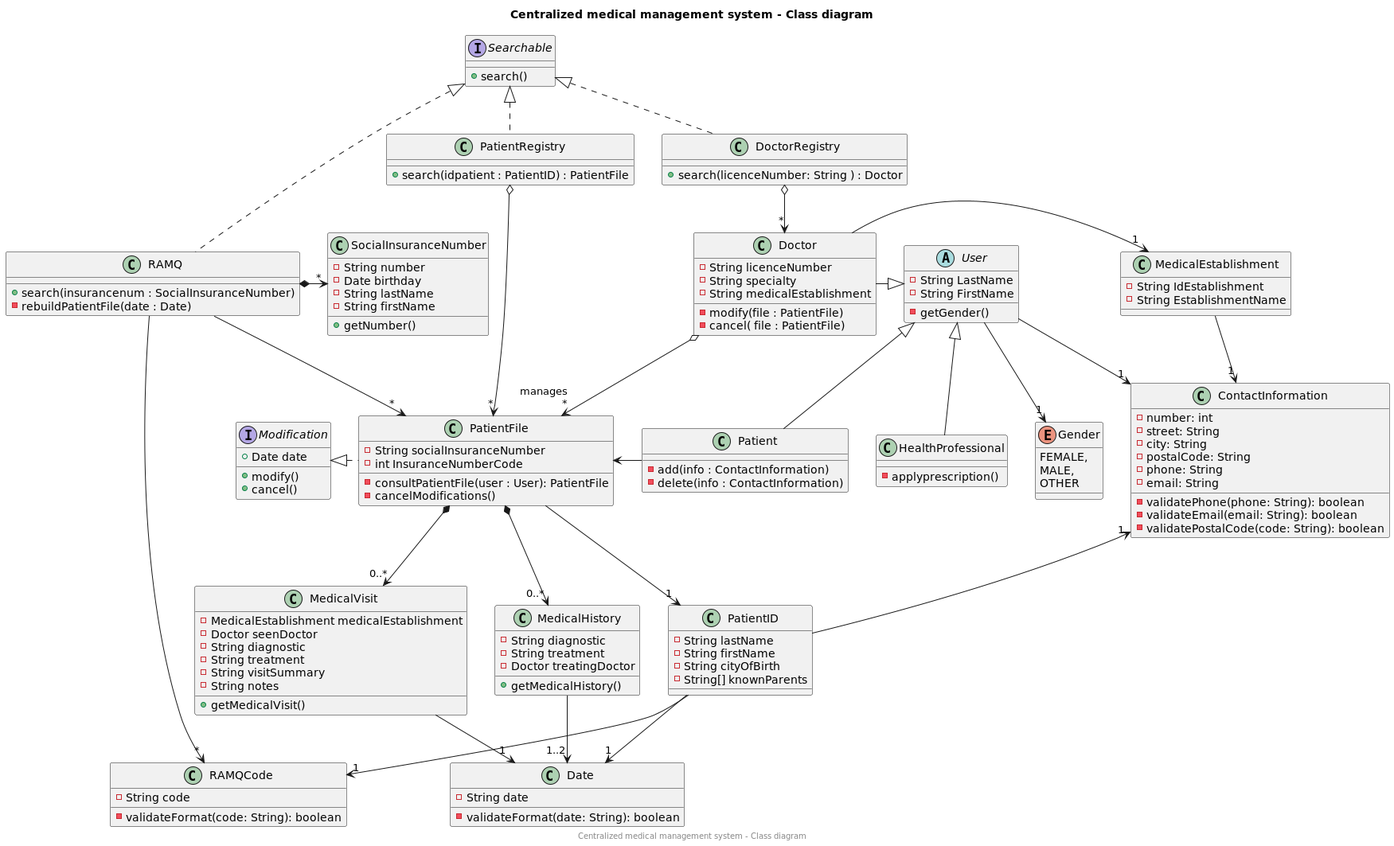
This is Models/pngs/class-Centralized_medical_management_system___Class_diagram.png from AmineSdi/PROJET_JAVAFX, a PlantUML export, as it was before one commit. Source of this version:
```plantuml
@startuml
title Centralized medical management system - Class diagram
center footer Centralized medical management system - Class diagram


class PatientRegistry {
+ search(idpatient : PatientID) : PatientFile
}
PatientRegistry o-> "*" PatientFile

interface Searchable {
+ search()
}
Searchable <|.. DoctorRegistry
Searchable <|.. PatientRegistry

class DoctorRegistry {
+ search(licenceNumber: String ) : Doctor
}
DoctorRegistry o--> "*" Doctor

class PatientFile{
     -String socialInsuranceNumber
     -int InsuranceNumberCode

    - consultPatientFile(user : User): PatientFile
    - cancelModifications()
}

abstract class User{
- String LastName
- String FirstName
{method} - getGender()
}

class RAMQ {
{method} +search(insurancenum : SocialInsuranceNumber)
- rebuildPatientFile(date : Date)

}

class SocialInsuranceNumber {
- String number
- Date birthday
- String lastName
- String firstName
{method} + getNumber()
}

RAMQ *->"*" SocialInsuranceNumber
Searchable <|... RAMQ
RAMQ ->"*" RAMQCode
RAMQ -->"*"PatientFile

class Patient{
{method}- add(info : ContactInformation)
-delete(info : ContactInformation)
}
PatientFile <- Patient

User <|-- Patient
User -->"1" ContactInformation


class HealthProfessional{
{method} - applyprescription()
}

User <|-- HealthProfessional

class MedicalEstablishment{

- String IdEstablishment
- String EstablishmentName

}
MedicalEstablishment ->"1" ContactInformation
Doctor ->"1" MedicalEstablishment

class MedicalHistory{
    -String diagnostic
    -String treatment
    -Doctor treatingDoctor
{method} + getMedicalHistory()
}

class MedicalVisit{
    -MedicalEstablishment medicalEstablishment
    -Doctor seenDoctor
    -String diagnostic
    -String treatment
    -String visitSummary
    -String notes
{method} +getMedicalVisit()
}

class Doctor{
    -String licenceNumber
    -String specialty
    -String medicalEstablishment
{method}-modify(file : PatientFile)
-cancel( file : PatientFile)

}

class PatientID {
    -String lastName
    -String firstName
    -String cityOfBirth
    -String[] knownParents
}

class ContactInformation {
    - number: int
    - street: String
    - city: String
    - postalCode: String
    - phone: String
    - email: String
    - validatePhone(phone: String): boolean
    - validateEmail(email: String): boolean
    - validatePostalCode(code: String): boolean
}


class RAMQCode{
- String code
{method}-validateFormat(code: String): boolean
}

class Date{
    -String date
    -validateFormat(date: String): boolean
}

interface Modification {
+ Date date
{method}+modify()
+ cancel()

}
Modification <|. PatientFile

enum Gender{
    FEMALE,
    MALE,
    OTHER
}


Doctor o--> "manages\r*" PatientFile
Doctor -|> User

PatientFile --> "1" PatientID
PatientFile *--> "0..*" MedicalHistory
PatientFile *--> "0..*" MedicalVisit

PatientID --> "1" Date
PatientID --> "1" RAMQCode
User --> "1" Gender

ContactInformation "1" <- PatientID

MedicalHistory --> "1..2" Date
MedicalVisit --> "1" Date

@enduml
```
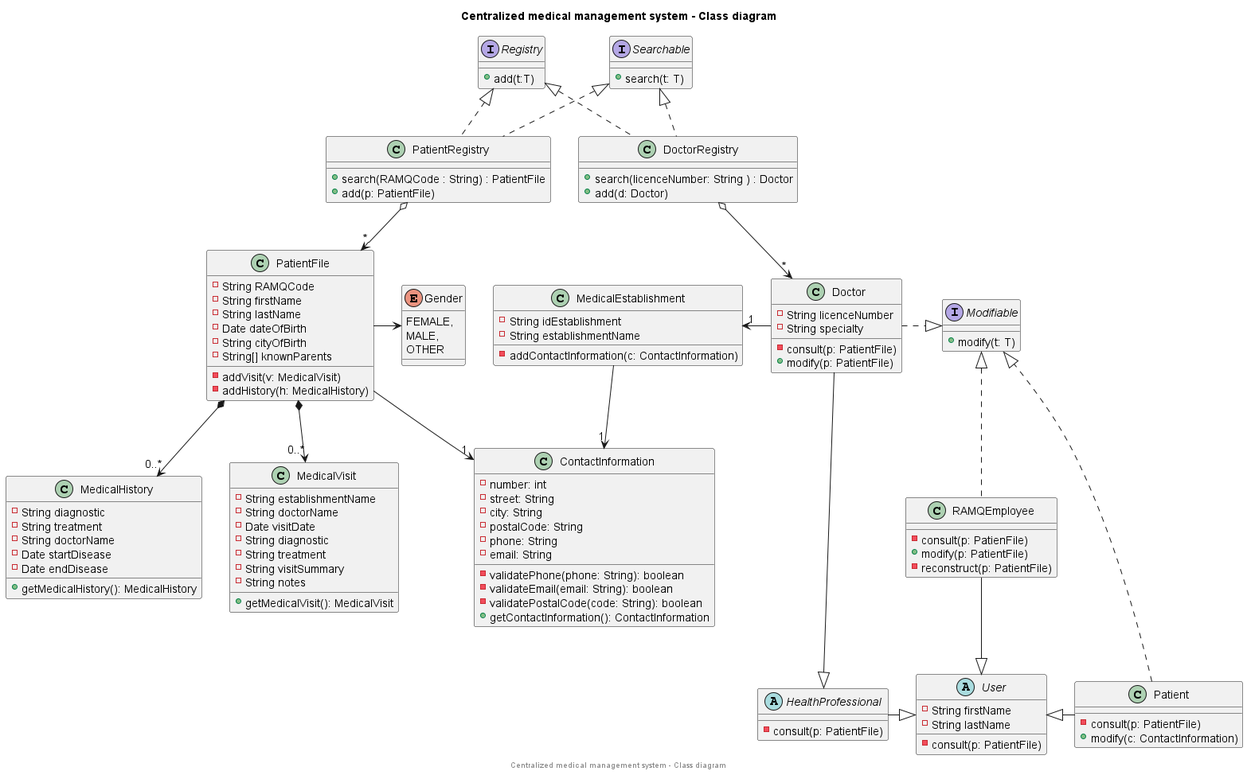
The same diagram one commit later.

Commit message:
Met-à-jour png du diagramme de classe

Codage par pairs

Change to the diagram source:
```diff
@@ -2,112 +2,107 @@
 title Centralized medical management system - Class diagram
 center footer Centralized medical management system - Class diagram
 
+class PatientRegistry {
+    + search(RAMQCode : String) : PatientFile
+    + add(p: PatientFile)
+}
+PatientRegistry o--> "*" PatientFile
 
-class PatientRegistry {
-+ search(idpatient : PatientID) : PatientFile
+interface Registry{
+    +add(t:T)
 }
-PatientRegistry o-> "*" PatientFile
+Registry <|.. DoctorRegistry
+Registry <|.. PatientRegistry
+
 
 interface Searchable {
-+ search()
+    + search(t: T)
 }
 Searchable <|.. DoctorRegistry
 Searchable <|.. PatientRegistry
 
 class DoctorRegistry {
-+ search(licenceNumber: String ) : Doctor
+    + search(licenceNumber: String ) : Doctor
+    + add(d: Doctor)
 }
 DoctorRegistry o--> "*" Doctor
 
 class PatientFile{
-     -String socialInsuranceNumber
-     -int InsuranceNumberCode
+     -String RAMQCode
+     -String firstName
+     -String lastName
+     -Date dateOfBirth
+     -String cityOfBirth
+     -String[] knownParents
+    - addVisit(v: MedicalVisit)
+    - addHistory(h: MedicalHistory)
+}
+PatientFile *--> "0..*" MedicalHistory
+PatientFile *--> "0..*" MedicalVisit
+PatientFile --> "1" ContactInformation
 
-    - consultPatientFile(user : User): PatientFile
-    - cancelModifications()
+abstract class User{
+    - String firstName
+    - String lastName
+    - consult(p: PatientFile)
 }
 
-abstract class User{
-- String LastName
-- String FirstName
-{method} - getGender()
+class RAMQEmployee {
+    - consult(p: PatienFile)
+    + modify(p: PatientFile)
+    - reconstruct(p: PatientFile)
 }
+RAMQEmployee --|> User
 
-class RAMQ {
-{method} +search(insurancenum : SocialInsuranceNumber)
-- rebuildPatientFile(date : Date)
+Patient ..|> Modifiable
+Doctor .|> Modifiable
+Modifiable <|.. RAMQEmployee
 
+abstract class HealthProfessional{
+    -consult(p: PatientFile)
 }
-
-class SocialInsuranceNumber {
-- String number
-- Date birthday
-- String lastName
-- String firstName
-{method} + getNumber()
-}
-
-RAMQ *->"*" SocialInsuranceNumber
-Searchable <|... RAMQ
-RAMQ ->"*" RAMQCode
-RAMQ -->"*"PatientFile
-
-class Patient{
-{method}- add(info : ContactInformation)
--delete(info : ContactInformation)
-}
-PatientFile <- Patient
-
-User <|-- Patient
-User -->"1" ContactInformation
-
-
-class HealthProfessional{
-{method} - applyprescription()
-}
-
-User <|-- HealthProfessional
+Doctor --|> HealthProfessional
+HealthProfessional -|> User
 
 class MedicalEstablishment{
-
-- String IdEstablishment
-- String EstablishmentName
-
+    - String idEstablishment
+    - String establishmentName
+    - addContactInformation(c: ContactInformation)
 }
 MedicalEstablishment ->"1" ContactInformation
-Doctor ->"1" MedicalEstablishment
+MedicalEstablishment "1" <- Doctor
+
 
 class MedicalHistory{
     -String diagnostic
     -String treatment
-    -Doctor treatingDoctor
-{method} + getMedicalHistory()
+    -String doctorName
+    -Date startDisease
+    -Date endDisease
+    + getMedicalHistory(): MedicalHistory
 }
 
 class MedicalVisit{
-    -MedicalEstablishment medicalEstablishment
-    -Doctor seenDoctor
+    -String establishmentName
+    -String doctorName
+    -Date visitDate
     -String diagnostic
     -String treatment
     -String visitSummary
     -String notes
-{method} +getMedicalVisit()
+    +getMedicalVisit(): MedicalVisit
 }
 
 class Doctor{
     -String licenceNumber
     -String specialty
-    -String medicalEstablishment
-{method}-modify(file : PatientFile)
--cancel( file : PatientFile)
-
+    -consult(p: PatientFile)
+    +modify(p: PatientFile)
 }
 
-class PatientID {
-    -String lastName
-    -String firstName
-    -String cityOfBirth
-    -String[] knownParents
+class Patient {
+    -consult(p: PatientFile)
+    +modify(c: ContactInformation)
 }
 
 class ContactInformation {
@@ -120,48 +115,20 @@
     - validatePhone(phone: String): boolean
     - validateEmail(email: String): boolean
     - validatePostalCode(code: String): boolean
+    + getContactInformation(): ContactInformation
 }
 
-
-class RAMQCode{
-- String code
-{method}-validateFormat(code: String): boolean
+interface Modifiable {
+    +modify(t: T)
 }
-
-class Date{
-    -String date
-    -validateFormat(date: String): boolean
-}
-
-interface Modification {
-+ Date date
-{method}+modify()
-+ cancel()
-
-}
-Modification <|. PatientFile
 
 enum Gender{
     FEMALE,
     MALE,
     OTHER
 }
+PatientFile -> Gender
 
-
-Doctor o--> "manages\r*" PatientFile
-Doctor -|> User
-
-PatientFile --> "1" PatientID
-PatientFile *--> "0..*" MedicalHistory
-PatientFile *--> "0..*" MedicalVisit
-
-PatientID --> "1" Date
-PatientID --> "1" RAMQCode
-User --> "1" Gender
-
-ContactInformation "1" <- PatientID
-
-MedicalHistory --> "1..2" Date
-MedicalVisit --> "1" Date
+User <|- Patient
 
 @enduml
```
